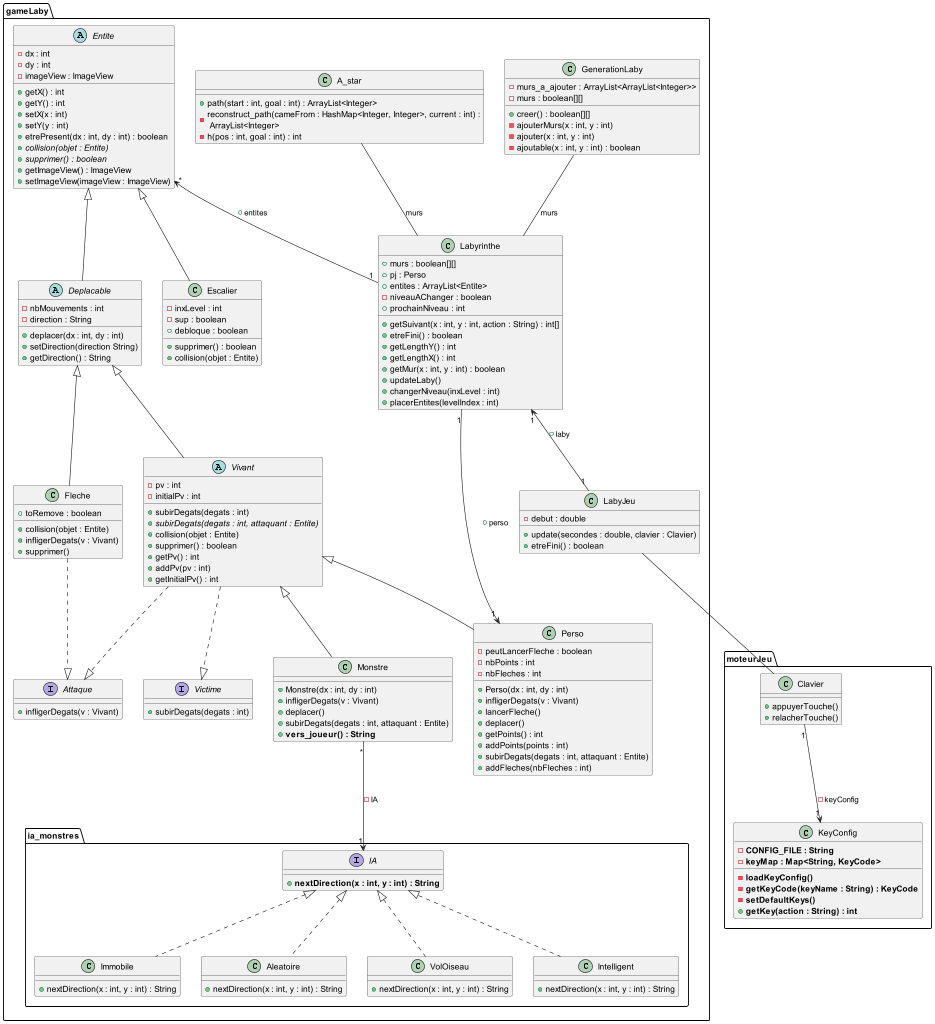
This is documents/version_5/diag_classe_v5_final.png from remi-choffat/2024_Zeldiablo_remi-choffat_Cesareuh_katrinltvnv, a PlantUML export, as it was before one commit. Source of this version:
```plantuml
@startuml

package gameLaby{
abstract class Entite{
-dx : int
-dy : int
-imageView : ImageView
+getX() : int
+getY() : int
+setX(x : int)
+setY(y : int)
+etrePresent(dx : int, dy : int) : boolean
+{abstract}collision(objet : Entite)
+{abstract}supprimer() : boolean
+getImageView() : ImageView
+setImageView(imageView : ImageView)
}

abstract class Deplacable{
-nbMouvements : int
-direction : String
+deplacer(dx : int, dy : int)
+setDirection(direction String)
+getDirection() : String
}

class Perso{
-peutLancerFleche : boolean
-nbPoints : int
-nbFleches : int
+Perso(dx : int, dy : int)
+infligerDegats(v : Vivant)
+lancerFleche()
+deplacer()
+getPoints() : int
+addPoints(points : int)
+subirDegats(degats : int, attaquant : Entite)
+addFleches(nbFleches : int)
}

class Monstre{
+Monstre(dx : int, dy : int)
+infligerDegats(v : Vivant)
+deplacer()
+subirDegats(degats : int, attaquant : Entite)
+<b>vers_joueur() : String</b>
}

abstract class Vivant{
-pv : int
-initialPv : int
+subirDegats(degats : int)
+{abstract}subirDegats(degats : int, attaquant : Entite)
+collision(objet : Entite)
+supprimer() : boolean
+getPv() : int
+addPv(pv : int)
+getInitialPv() : int
}

interface Victime {
+subirDegats(degats : int)
}

interface Attaque {
+infligerDegats(v : Vivant)
}

class Fleche {
+toRemove : boolean
+collision(objet : Entite)
+infligerDegats(v : Vivant)
+supprimer()
}

class Escalier{
-inxLevel : int
-sup : boolean
+debloque : boolean
+supprimer() : boolean
+collision(objet : Entite)
}

class Labyrinthe{
+murs : boolean[][]
+pj : Perso
+entites : ArrayList<Entite>
-niveauAChanger : boolean
+prochainNiveau : int
+getSuivant(x : int, y : int, action : String) : int[]
+etreFini() : boolean
+getLengthY() : int
+getLengthX() : int
+getMur(x : int, y : int) : boolean
+updateLaby()
+changerNiveau(inxLevel : int)
+placerEntites(levelIndex : int)
}

class GenerationLaby {
-murs_a_ajouter : ArrayList<ArrayList<Integer>>
-murs : boolean[][]
+creer() : boolean[][]
-ajouterMurs(x : int, y : int)
-ajouter(x : int, y : int)
-ajoutable(x : int, y : int) : boolean
}

class A_star{
+path(start : int, goal : int) : ArrayList<Integer>
-reconstruct_path(cameFrom : HashMap<Integer, Integer>, current : int) :\n ArrayList<Integer>
-h(pos : int, goal : int) : int
}

package ia_monstres{
interface IA {
+<b>nextDirection(x : int, y : int) : String</b>
}

class Immobile {
+nextDirection(x : int, y : int) : String
}

class Aleatoire {
+nextDirection(x : int, y : int) : String
}

class VolOiseau {
+nextDirection(x : int, y : int) : String
}

class Intelligent {
+nextDirection(x : int, y : int) : String
}
}

class LabyJeu {
-debut : double
+update(secondes : double, clavier : Clavier)
+etreFini() : boolean
}
}

package moteurJeu{
class Clavier {
+appuyerTouche()
+relacherTouche()
}

class KeyConfig {
-<b>CONFIG_FILE : String</b>
-<b>keyMap : Map<String, KeyCode></b>
-<b>loadKeyConfig()</b>
-<b>getKeyCode(keyName : String) : KeyCode</b>
-<b>setDefaultKeys()</b>
+<b>getKey(action : String) : int</b>
}
}


Entite <|-- Deplacable
Deplacable <|-- Vivant
Deplacable <|-- Fleche
Vivant <|-- Perso
Vivant <|-- Monstre
Vivant ..|> Victime
Vivant ..|> Attaque
Fleche ..|> Attaque
Entite <|-- Escalier
Entite "*" <-- "1" Labyrinthe : +entites
Labyrinthe "1" --> "1" Perso : +perso
GenerationLaby -- Labyrinthe : murs
A_star -- Labyrinthe : murs
IA <|.. Immobile
IA <|.. Aleatoire
IA <|.. VolOiseau
IA <|.. Intelligent
Monstre "*" --> "1" IA : -IA
Labyrinthe "1" <-- "1" LabyJeu : +laby
Clavier "1" --> "1" KeyConfig : -keyConfig
LabyJeu --  Clavier

@enduml
```
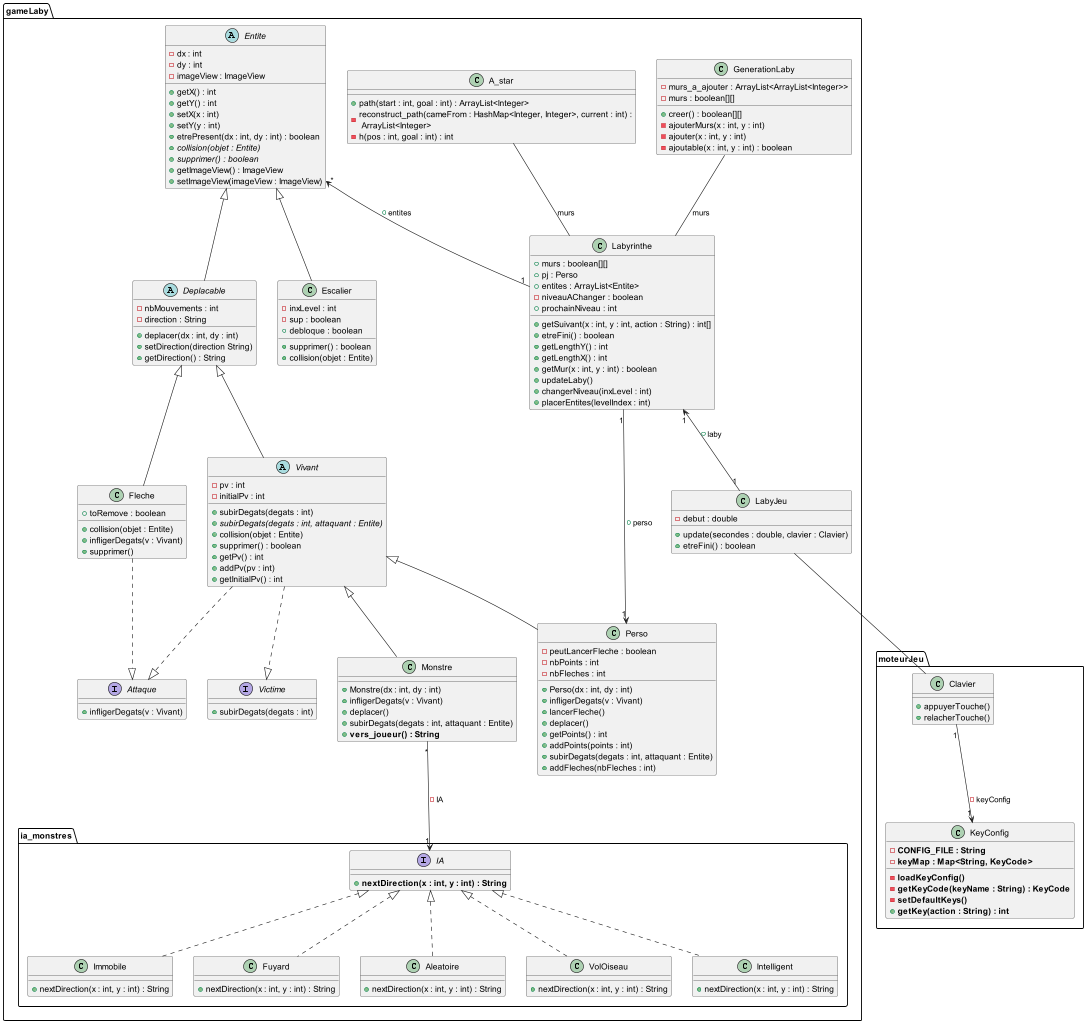
Later version of the same file.

Commit message:
Ajout du diagramme de séquence de la config du clavier

The edit, as a diff of the source:
```diff
@@ -121,6 +121,10 @@
 +nextDirection(x : int, y : int) : String
 }
 
+class Fuyard {
++nextDirection(x : int, y : int) : String
+}
+
 class Aleatoire {
 +nextDirection(x : int, y : int) : String
 }
@@ -172,6 +176,7 @@
 GenerationLaby -- Labyrinthe : murs
 A_star -- Labyrinthe : murs
 IA <|.. Immobile
+IA <|.. Fuyard
 IA <|.. Aleatoire
 IA <|.. VolOiseau
 IA <|.. Intelligent
```
